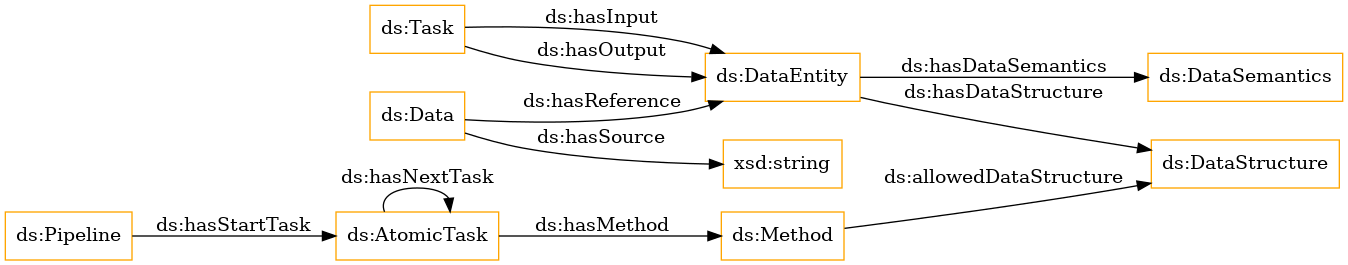
nsai-uio/ExeKGOntology keeps this Graphviz diagram as OnToology/ds_exeKGOntology.ttl/diagrams/ar2dtool-class/ds_exeKGOntology.ttl.png. Above is the earlier version. Its source is kept beside it as OnToology/ds_exeKGOntology.ttl/diagrams/ar2dtool-class/ds_exeKGOntology.ttl.png.dot.
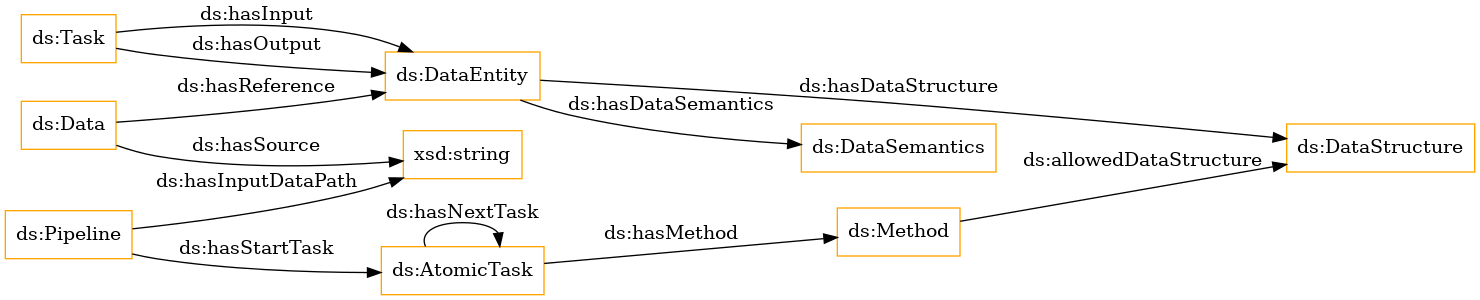
After the commit.

Diff of the diagram source:
```diff
@@ -9,6 +9,7 @@
 	"ds:AtomicTask" -> "ds:Method" [ label = "ds:hasMethod" ];
 	"ds:Task" -> "ds:DataEntity" [ label = "ds:hasInput" ];
 	"ds:Method" -> "ds:DataStructure" [ label = "ds:allowedDataStructure" ];
+	"ds:Pipeline" -> "xsd:string" [ label = "ds:hasInputDataPath" ];
 	"ds:AtomicTask" -> "ds:AtomicTask" [ label = "ds:hasNextTask" ];
 	"ds:DataEntity" -> "ds:DataStructure" [ label = "ds:hasDataStructure" ];
 	"ds:Pipeline" -> "ds:AtomicTask" [ label = "ds:hasStartTask" ];
```
